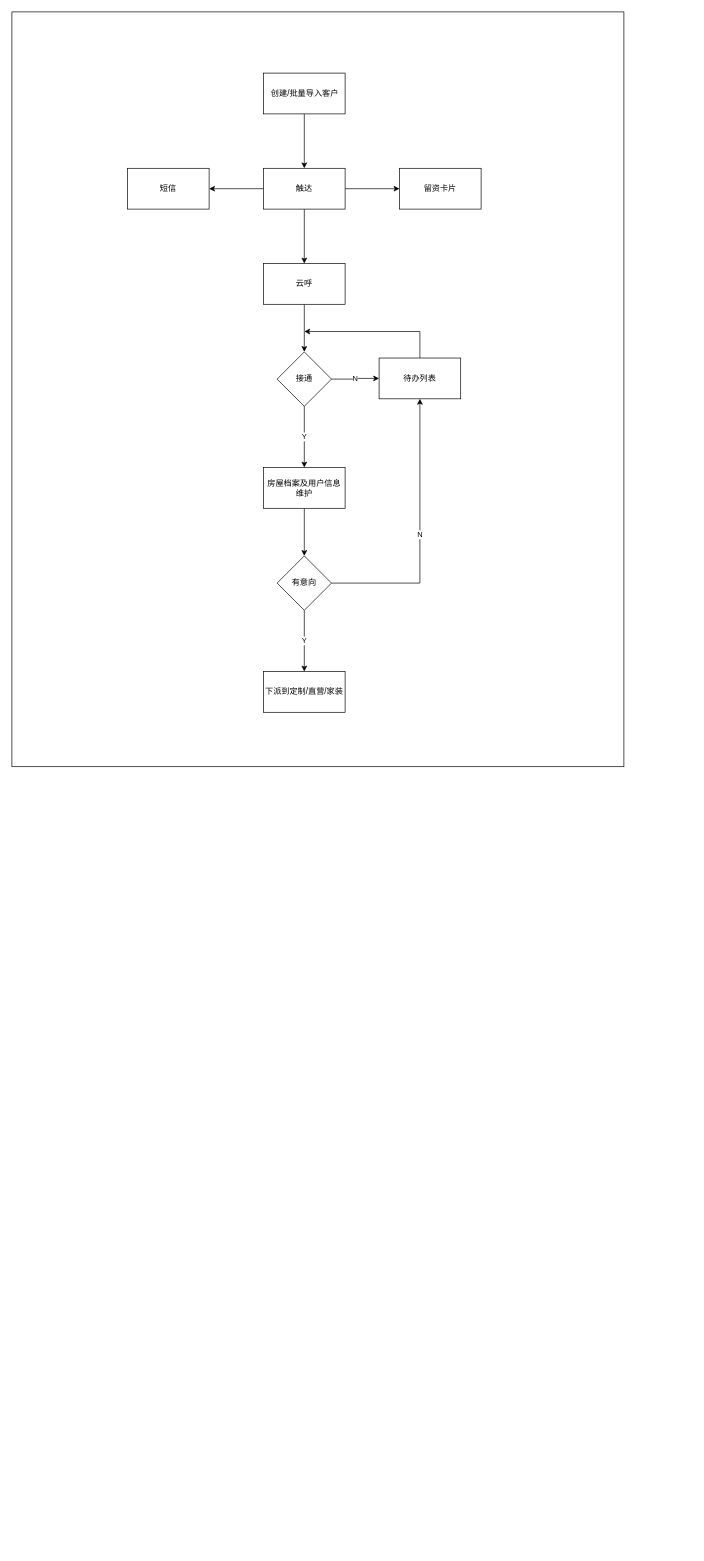
Above: 2020/未命名绘图.drawio in tunshiyu/tunshiyu.github.io (draw.io), before the change. Source tidied: cells renumbered, new cells numbered last; positions are measured from the earlier drawing's top-left corner, leaving out a move shared by most shapes. Both pictures are drawn from the tidied source at 68%, with x=0, y=0 at pixel (12, 12).
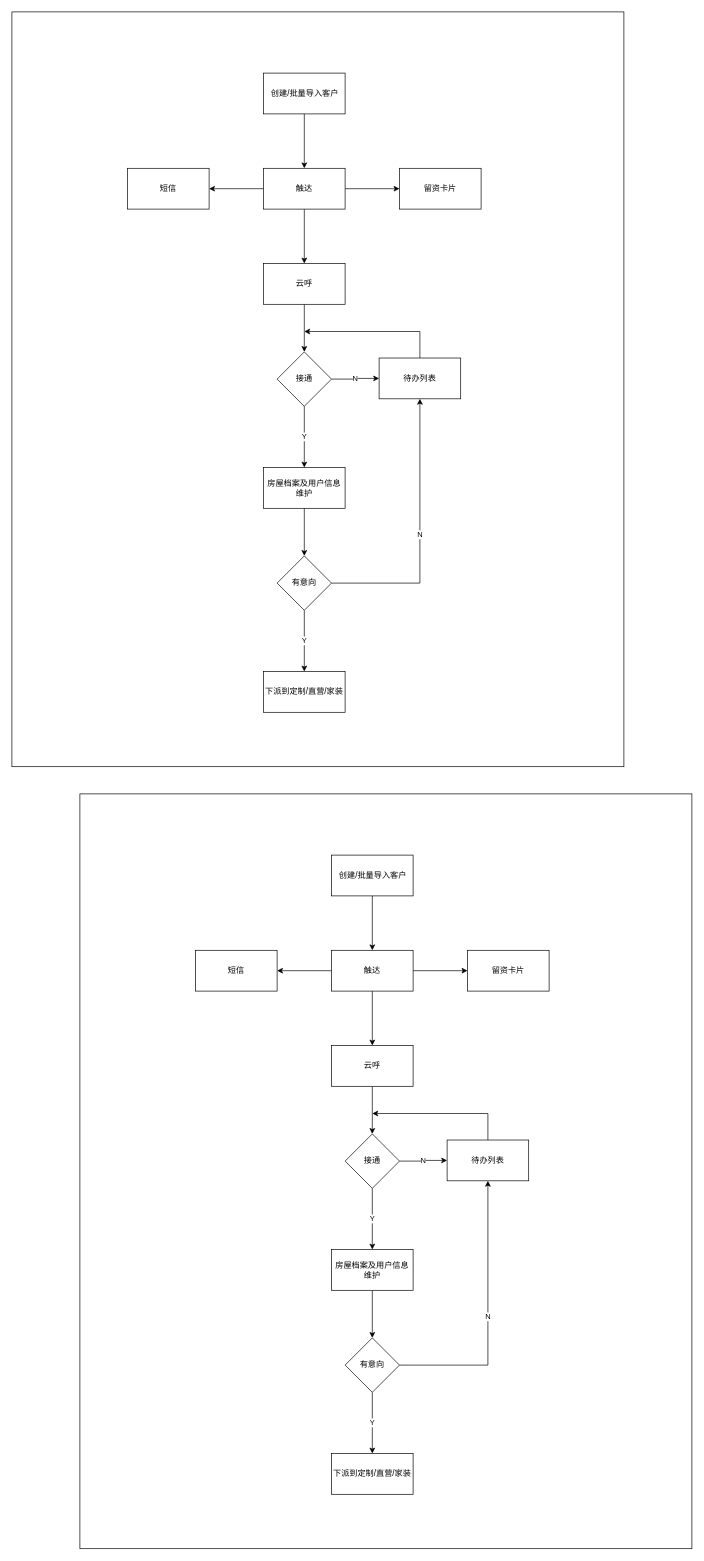
After the change.

Commit message:
中心化流程图.drawio

Change to the diagram source:
```diff
@@
+    <mxCell id="25" style="rounded=0;whiteSpace=wrap;html=1;direction=south;" parent="1" vertex="1">
+      <mxGeometry x="100" y="1150" width="900" height="1110" as="geometry" />
+    </mxCell>
+    <mxCell id="26" style="edgeStyle=orthogonalEdgeStyle;rounded=0;jettySize=auto;html=1;" parent="1" edge="1" source="27" target="32">
+      <mxGeometry relative="1" as="geometry" />
+    </mxCell>
+    <mxCell id="27" style="rounded=0;whiteSpace=wrap;html=1;" parent="1" vertex="1">
+      <mxGeometry x="470" y="1240" width="120" height="60" as="geometry" />
+    </mxCell>
+    <mxCell id="28" value="创建/批量导入客户" style="text;html=1;strokeColor=none;fillColor=none;align=center;verticalAlign=middle;whiteSpace=wrap;rounded=0;" parent="1" vertex="1">
+      <mxGeometry x="476" y="1250" width="110" height="40" as="geometry" />
+    </mxCell>
+    <mxCell id="29" style="edgeStyle=orthogonalEdgeStyle;rounded=0;jettySize=auto;html=1;" parent="1" edge="1" source="32" target="33">
+      <mxGeometry relative="1" as="geometry" />
+    </mxCell>
+    <mxCell id="30" style="edgeStyle=orthogonalEdgeStyle;rounded=0;jettySize=auto;html=1;" parent="1" edge="1" source="32" target="34">
+      <mxGeometry relative="1" as="geometry" />
+    </mxCell>
+    <mxCell id="31" style="edgeStyle=orthogonalEdgeStyle;rounded=0;jettySize=auto;html=1;" parent="1" edge="1" source="32" target="36">
+      <mxGeometry relative="1" as="geometry" />
+    </mxCell>
+    <mxCell id="32" value="触达" style="rounded=0;whiteSpace=wrap;html=1;" parent="1" vertex="1">
+      <mxGeometry x="470" y="1380" width="120" height="60" as="geometry" />
+    </mxCell>
+    <mxCell id="33" value="短信" style="rounded=0;whiteSpace=wrap;html=1;" parent="1" vertex="1">
+      <mxGeometry x="270" y="1380" width="120" height="60" as="geometry" />
+    </mxCell>
+    <mxCell id="34" value="留资卡片" style="rounded=0;whiteSpace=wrap;html=1;" parent="1" vertex="1">
+      <mxGeometry x="670" y="1380" width="120" height="60" as="geometry" />
+    </mxCell>
+    <mxCell id="35" style="edgeStyle=orthogonalEdgeStyle;rounded=0;jettySize=auto;html=1;" parent="1" edge="1" source="36" target="39">
+      <mxGeometry relative="1" as="geometry" />
+    </mxCell>
+    <mxCell id="36" value="云呼" style="rounded=0;whiteSpace=wrap;html=1;" parent="1" vertex="1">
+      <mxGeometry x="470" y="1520" width="120" height="60" as="geometry" />
+    </mxCell>
+    <mxCell id="37" value="Y" style="edgeStyle=orthogonalEdgeStyle;rounded=0;jettySize=auto;html=1;" parent="1" edge="1" source="39" target="41">
+      <mxGeometry relative="1" as="geometry" />
+    </mxCell>
+    <mxCell id="38" value="N" style="edgeStyle=orthogonalEdgeStyle;rounded=0;jettySize=auto;html=1;" parent="1" edge="1" source="39" target="47">
+      <mxGeometry relative="1" as="geometry" />
+    </mxCell>
+    <mxCell id="39" value="接通" style="rhombus;whiteSpace=wrap;html=1;rounded=0;" parent="1" vertex="1">
+      <mxGeometry x="490" y="1650" width="80" height="80" as="geometry" />
+    </mxCell>
+    <mxCell id="40" style="edgeStyle=orthogonalEdgeStyle;rounded=0;jettySize=auto;html=1;" parent="1" edge="1" source="41" target="44">
+      <mxGeometry relative="1" as="geometry" />
+    </mxCell>
+    <mxCell id="41" value="房屋档案及用户信息维护" style="whiteSpace=wrap;html=1;rounded=0;" parent="1" vertex="1">
+      <mxGeometry x="470" y="1820" width="120" height="60" as="geometry" />
+    </mxCell>
+    <mxCell id="42" value="Y" style="edgeStyle=orthogonalEdgeStyle;rounded=0;jettySize=auto;html=1;" parent="1" edge="1" source="44" target="45">
+      <mxGeometry relative="1" as="geometry" />
+    </mxCell>
+    <mxCell id="43" value="N" style="edgeStyle=orthogonalEdgeStyle;rounded=0;jettySize=auto;html=1;" parent="1" edge="1" source="44" target="47">
+      <mxGeometry relative="1" as="geometry" />
+    </mxCell>
+    <mxCell id="44" value="有意向" style="rhombus;whiteSpace=wrap;html=1;rounded=0;" parent="1" vertex="1">
+      <mxGeometry x="490" y="1950" width="80" height="80" as="geometry" />
+    </mxCell>
+    <mxCell id="45" value="下派到定制/直营/家装" style="whiteSpace=wrap;html=1;rounded=0;" parent="1" vertex="1">
+      <mxGeometry x="470" y="2120" width="120" height="60" as="geometry" />
+    </mxCell>
+    <mxCell id="46" style="edgeStyle=orthogonalEdgeStyle;rounded=0;jettySize=auto;html=1;" parent="1" edge="1" source="47">
+      <mxGeometry relative="1" as="geometry">
+        <mxPoint x="530" y="1620" as="targetPoint" />
+        <Array as="points">
+          <mxPoint x="700" y="1620" />
+        </Array>
+      </mxGeometry>
+    </mxCell>
+    <mxCell id="47" value="待办列表" style="whiteSpace=wrap;html=1;rounded=0;" parent="1" vertex="1">
+      <mxGeometry x="640" y="1659" width="120" height="60" as="geometry" />
+    </mxCell>
```
